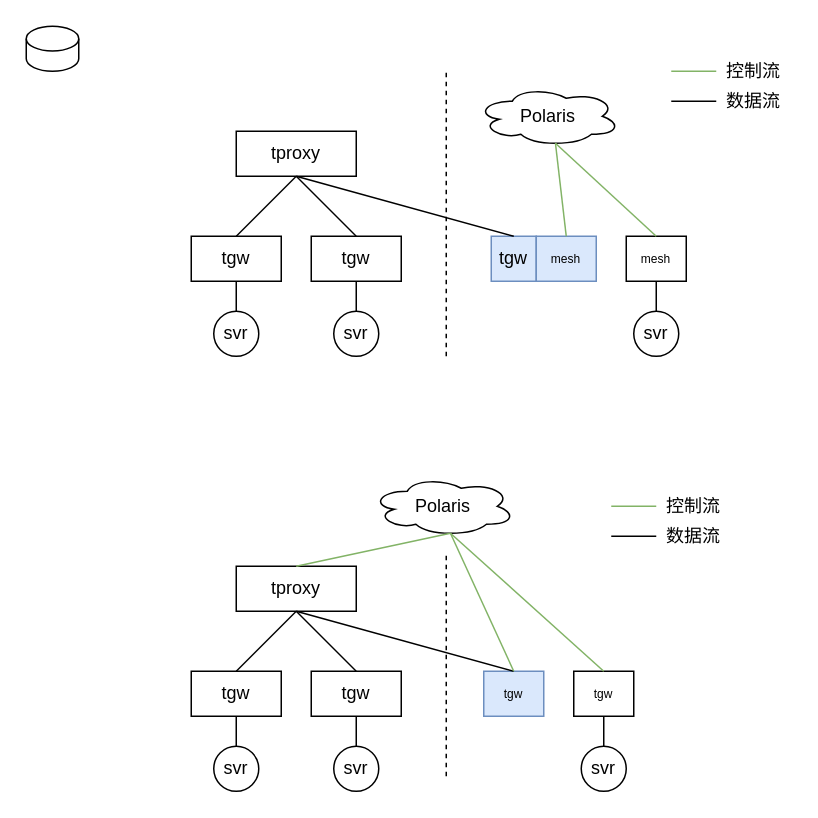
The draw.io diagram 未命名绘图.drawio in myfreejoey/picgo, before the edit. Source tidied: cells renumbered, new cells numbered last; positions are measured from the earlier drawing's top-left corner, leaving out a move shared by most shapes. Both pictures are drawn from the tidied source at 150%, with x=0, y=0 at pixel (26, 26).
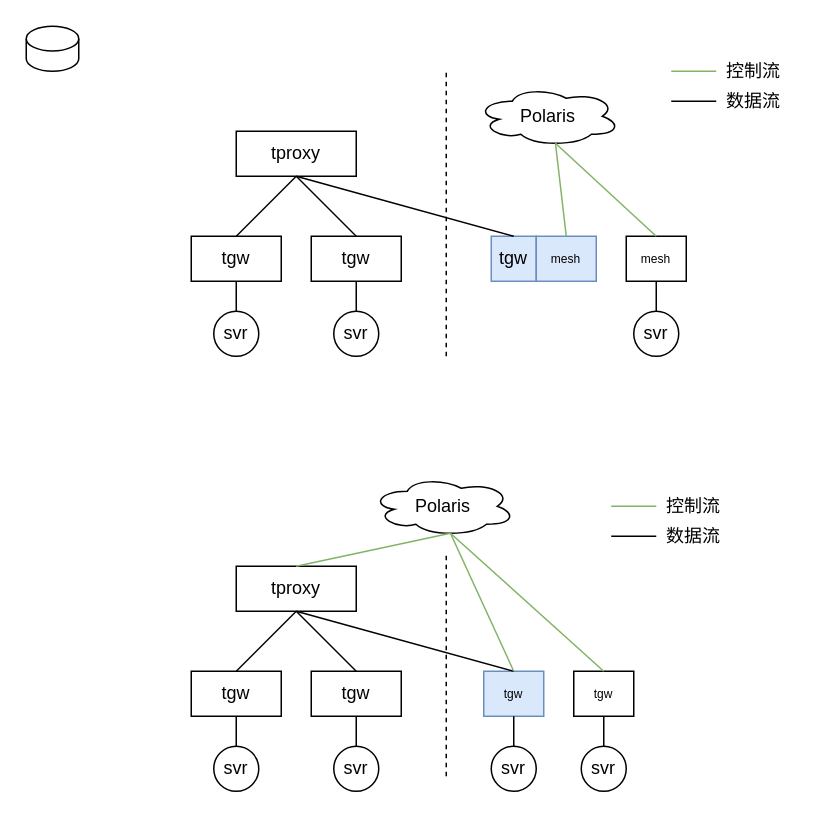
The same diagram, later.

Commit message (it also covers changes not shown here):
更新未命名绘图.drawio

Unchanged cells that the change refers to:
```xml
<mxCell id="32" value="tgw" style="rounded=0;whiteSpace=wrap;html=1;fontSize=8;fillColor=#dae8fc;strokeColor=#6c8ebf;" parent="1" vertex="1">
  <mxGeometry x="305" y="430" width="40" height="30" as="geometry" />
</mxCell>
```

The edit, as a diff of the source:
```diff
@@
+    <mxCell id="49" value="svr" style="ellipse;whiteSpace=wrap;html=1;" parent="1" vertex="1">
+      <mxGeometry x="310" y="480" width="30" height="30" as="geometry" />
+    </mxCell>
+    <mxCell id="50" style="rounded=0;jettySize=auto;html=1;entryX=0.5;entryY=1;entryDx=0;entryDy=0;endArrow=none;endFill=0;exitX=0.5;exitY=0;exitDx=0;exitDy=0;" parent="1" edge="1" source="49" target="32">
+      <mxGeometry relative="1" as="geometry" />
+    </mxCell>
```
